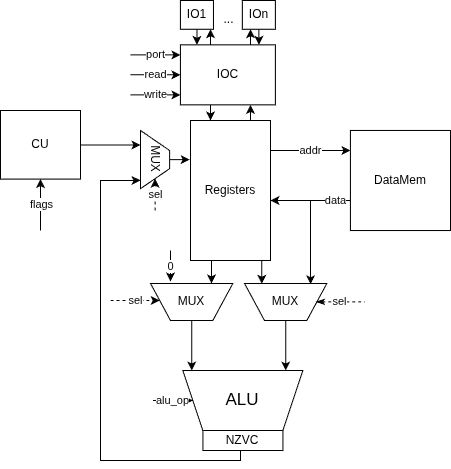
The draw.io diagram docs/schemas/DP-csa-lab4.png in awesoma31/csa-lab4, before a commit. Source tidied: cells renumbered, new cells last; positions are measured from the earlier drawing's top-left corner, leaving out a move shared by most shapes.
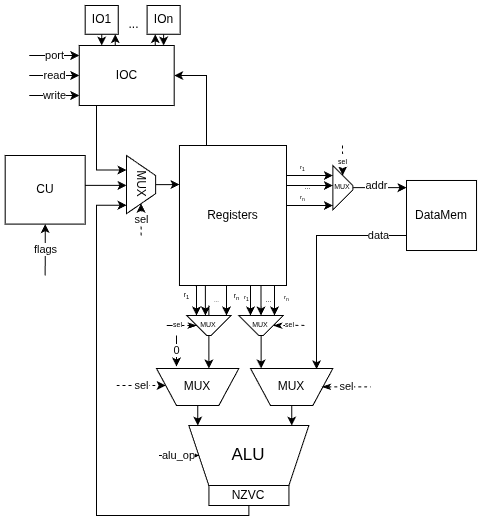
Later version of the same file.

Change to the diagram source:
```diff
@@ -2,42 +2,20 @@
   <root>
     <mxCell id="0" />
     <mxCell id="1" parent="0" />
-    <mxCell id="2" style="edgeStyle=orthogonalEdgeStyle;rounded=0;jettySize=auto;html=1;" parent="1" edge="1" source="3">
-      <mxGeometry relative="1" as="geometry">
-        <mxPoint x="270" y="200" as="targetPoint" />
-        <Array as="points">
-          <mxPoint x="370" y="200" />
-          <mxPoint x="370" y="200" />
-        </Array>
-      </mxGeometry>
-    </mxCell>
     <mxCell id="3" value="DataMem" style="whiteSpace=wrap;html=1;" parent="1" vertex="1">
-      <mxGeometry x="349.9" y="130" width="100.1" height="100.1" as="geometry" />
+      <mxGeometry x="400" y="155" width="70" height="70" as="geometry" />
     </mxCell>
-    <mxCell id="4" style="edgeStyle=orthogonalEdgeStyle;rounded=0;jettySize=auto;html=1;entryX=0.21;entryY=0.989;entryDx=0;entryDy=0;entryPerimeter=0;" parent="1" edge="1" target="17">
-      <mxGeometry relative="1" as="geometry">
-        <mxPoint x="260" y="260" as="sourcePoint" />
-      </mxGeometry>
-    </mxCell>
-    <mxCell id="5" style="edgeStyle=orthogonalEdgeStyle;rounded=0;jettySize=auto;html=1;" parent="1" edge="1" target="37">
-      <mxGeometry relative="1" as="geometry">
-        <mxPoint x="210" y="260" as="sourcePoint" />
-        <Array as="points">
-          <mxPoint x="211" y="260" />
-        </Array>
-      </mxGeometry>
-    </mxCell>
     <mxCell id="6" style="edgeStyle=orthogonalEdgeStyle;rounded=0;jettySize=auto;html=1;" parent="1" edge="1" target="41">
       <mxGeometry relative="1" as="geometry">
         <mxPoint x="250" y="120" as="sourcePoint" />
         <Array as="points">
-          <mxPoint x="250" y="100" />
-          <mxPoint x="250" y="100" />
+          <mxPoint x="200" y="120" />
+          <mxPoint x="200" y="50" />
         </Array>
       </mxGeometry>
     </mxCell>
     <mxCell id="7" style="group;" parent="1" vertex="1">
-      <mxGeometry x="102.4" y="370" width="199.9" height="80" as="geometry" />
+      <mxGeometry x="102.4" y="400" width="199.9" height="80" as="geometry" />
     </mxCell>
     <mxCell id="8" style="group;" parent="7" vertex="1">
       <mxGeometry x="79.9" width="120" height="80" as="geometry" />
@@ -59,24 +37,14 @@
     <mxCell id="13" style="edgeStyle=orthogonalEdgeStyle;rounded=0;jettySize=auto;html=1;entryX=0.855;entryY=0.999;entryDx=0;entryDy=0;entryPerimeter=0;" parent="1" edge="1" source="10" target="31">
       <mxGeometry relative="1" as="geometry">
         <Array as="points">
-          <mxPoint x="240" y="460" />
-          <mxPoint x="100" y="460" />
-          <mxPoint x="100" y="180" />
-          <mxPoint x="130" y="180" />
+          <mxPoint x="242" y="490" />
+          <mxPoint x="90" y="490" />
+          <mxPoint x="90" y="180" />
         </Array>
       </mxGeometry>
     </mxCell>
-    <mxCell id="14" value="addr" style="edgeStyle=orthogonalEdgeStyle;rounded=0;jettySize=auto;html=1;" parent="1" edge="1" target="3">
-      <mxGeometry relative="1" as="geometry">
-        <mxPoint x="270" y="150" as="sourcePoint" />
-        <Array as="points">
-          <mxPoint x="320" y="150" />
-          <mxPoint x="320" y="150" />
-        </Array>
-      </mxGeometry>
-    </mxCell>
     <mxCell id="15" style="group;" parent="1" vertex="1">
-      <mxGeometry x="244" y="250" width="82.3" height="70" as="geometry" />
+      <mxGeometry x="244" y="310" width="82.3" height="70" as="geometry" />
     </mxCell>
     <mxCell id="16" style="group;" parent="15" vertex="1">
       <mxGeometry y="32.9" width="120.4" height="37.1" as="geometry" />
@@ -97,59 +65,50 @@
     <mxCell id="19" value="data" style="edgeStyle=orthogonalEdgeStyle;rounded=0;jettySize=auto;html=1;entryX=0.802;entryY=0.978;entryDx=0;entryDy=0;entryPerimeter=0;" parent="1" edge="1" source="3" target="17">
       <mxGeometry x="-0.76" relative="1" as="geometry">
         <Array as="points">
-          <mxPoint x="310" y="200" />
+          <mxPoint x="310" y="210" />
         </Array>
       </mxGeometry>
     </mxCell>
-    <mxCell id="20" style="edgeStyle=orthogonalEdgeStyle;rounded=0;jettySize=auto;html=1;" parent="1" edge="1" source="41">
-      <mxGeometry relative="1" as="geometry">
-        <mxPoint x="210" y="120" as="targetPoint" />
-        <Array as="points">
-          <mxPoint x="210" y="80" />
-          <mxPoint x="210" y="80" />
-        </Array>
-      </mxGeometry>
-    </mxCell>
     <mxCell id="21" style="edgeStyle=orthogonalEdgeStyle;rounded=0;jettySize=auto;html=1;" parent="1" edge="1" source="41" target="24">
       <mxGeometry relative="1" as="geometry">
         <Array as="points">
-          <mxPoint x="210" y="34.4" />
-          <mxPoint x="210" y="34.4" />
+          <mxPoint x="108.8" y="14.4" />
+          <mxPoint x="108.8" y="14.4" />
         </Array>
       </mxGeometry>
     </mxCell>
     <mxCell id="22" style="edgeStyle=orthogonalEdgeStyle;rounded=0;jettySize=auto;html=1;" parent="1" edge="1" source="41" target="26">
       <mxGeometry relative="1" as="geometry">
         <Array as="points">
-          <mxPoint x="250" y="34.4" />
-          <mxPoint x="250" y="34.4" />
+          <mxPoint x="148.8" y="14.4" />
+          <mxPoint x="148.8" y="14.4" />
         </Array>
       </mxGeometry>
     </mxCell>
     <mxCell id="23" style="edgeStyle=orthogonalEdgeStyle;rounded=0;jettySize=auto;html=1;" parent="1" edge="1" source="24" target="41">
       <mxGeometry relative="1" as="geometry">
         <Array as="points">
-          <mxPoint x="196" y="21.4" />
-          <mxPoint x="196" y="21.4" />
+          <mxPoint x="94.8" y="1.4" />
+          <mxPoint x="94.8" y="1.4" />
         </Array>
       </mxGeometry>
     </mxCell>
     <mxCell id="24" value="IO1" style="rounded=0;whiteSpace=wrap;html=1;" parent="1" vertex="1">
-      <mxGeometry x="179.9" width="33" height="28.7" as="geometry" />
+      <mxGeometry x="78.7" y="-20" width="33" height="28.7" as="geometry" />
     </mxCell>
     <mxCell id="25" style="edgeStyle=orthogonalEdgeStyle;rounded=0;jettySize=auto;html=1;" parent="1" edge="1" source="26" target="41">
       <mxGeometry relative="1" as="geometry">
         <Array as="points">
-          <mxPoint x="260" y="14.4" />
-          <mxPoint x="260" y="14.4" />
+          <mxPoint x="158.8" y="-5.6" />
+          <mxPoint x="158.8" y="-5.6" />
         </Array>
       </mxGeometry>
     </mxCell>
     <mxCell id="26" value="IOn" style="rounded=0;whiteSpace=wrap;html=1;" parent="1" vertex="1">
-      <mxGeometry x="241.8" width="33" height="28.7" as="geometry" />
+      <mxGeometry x="140.6" y="-20" width="33" height="28.7" as="geometry" />
     </mxCell>
     <mxCell id="27" style="group;" parent="1" vertex="1">
-      <mxGeometry y="110" width="80" height="120" as="geometry" />
+      <mxGeometry x="-1.3" y="130" width="80" height="120" as="geometry" />
     </mxCell>
     <mxCell id="28" value="flags" style="edgeStyle=orthogonalEdgeStyle;rounded=0;jettySize=auto;html=1;endArrow=none;startFill=1;startArrow=classic;" parent="27" edge="1" source="29">
       <mxGeometry relative="1" as="geometry">
@@ -160,7 +119,7 @@
       <mxGeometry width="80" height="68.6" as="geometry" />
     </mxCell>
     <mxCell id="30" style="group;" parent="1" vertex="1">
-      <mxGeometry x="140" y="130" width="29.1" height="80" as="geometry" />
+      <mxGeometry x="120" y="130" width="29.1" height="80" as="geometry" />
     </mxCell>
     <mxCell id="31" value="MUX" style="shape=trapezoid;perimeter=trapezoidPerimeter;whiteSpace=wrap;html=1;fixedSize=1;rotation=90;horizontal=1;verticalAlign=middle;" parent="30" vertex="1">
       <mxGeometry x="-14.5" y="14.5" width="58.2" height="29.1" as="geometry" />
@@ -174,21 +133,18 @@
         </Array>
       </mxGeometry>
     </mxCell>
-    <mxCell id="33" style="edgeStyle=orthogonalEdgeStyle;rounded=0;jettySize=auto;html=1;entryX=0.25;entryY=1;entryDx=0;entryDy=0;" parent="1" edge="1" source="29" target="31">
+    <mxCell id="33" style="edgeStyle=orthogonalEdgeStyle;rounded=0;jettySize=auto;html=1;" parent="1" edge="1" source="29" target="31">
       <mxGeometry relative="1" as="geometry">
         <Array as="points">
-          <mxPoint x="110" y="144" />
+          <mxPoint x="110" y="160" />
         </Array>
       </mxGeometry>
     </mxCell>
     <mxCell id="34" value="Registers" style="rounded=0;whiteSpace=wrap;html=1;" parent="1" vertex="1">
-      <mxGeometry x="190" y="120" width="80" height="140" as="geometry" />
+      <mxGeometry x="173" y="120" width="107" height="140" as="geometry" />
     </mxCell>
-    <mxCell id="35" style="edgeStyle=orthogonalEdgeStyle;rounded=0;jettySize=auto;html=1;entryX=0;entryY=0.279;entryDx=0;entryDy=0;entryPerimeter=0;" parent="1" edge="1" source="31" target="34">
-      <mxGeometry relative="1" as="geometry" />
-    </mxCell>
     <mxCell id="36" style="group;" parent="1" vertex="1">
-      <mxGeometry x="110" y="250" width="122.4" height="70" as="geometry" />
+      <mxGeometry x="110" y="310" width="122.4" height="70" as="geometry" />
     </mxCell>
     <mxCell id="37" value="MUX" style="shape=trapezoid;perimeter=trapezoidPerimeter;whiteSpace=wrap;html=1;fixedSize=1;flipH=0;flipV=1;direction=east;" parent="36" vertex="1">
       <mxGeometry x="40" y="32.9" width="82.3" height="37.1" as="geometry" />
@@ -208,7 +164,7 @@
       </mxGeometry>
     </mxCell>
     <mxCell id="40" style="group;" parent="1" vertex="1">
-      <mxGeometry x="129.9" y="44.4" width="145" height="60" as="geometry" />
+      <mxGeometry x="22.7" y="20" width="145" height="60" as="geometry" />
     </mxCell>
     <mxCell id="41" value="IOC" style="rounded=0;whiteSpace=wrap;html=1;" parent="40" vertex="1">
       <mxGeometry x="50" width="95" height="60" as="geometry" />
@@ -232,7 +188,7 @@
       </mxGeometry>
     </mxCell>
     <mxCell id="45" value="..." style="text;html=1;align=center;verticalAlign=middle;strokeColor=none;fillColor=none;" parent="1" vertex="1">
-      <mxGeometry x="213" y="4.4" width="30" height="30" as="geometry" />
+      <mxGeometry x="111.7" y="-15.6" width="30" height="30" as="geometry" />
     </mxCell>
     <mxCell id="46" style="edgeStyle=orthogonalEdgeStyle;rounded=0;jettySize=auto;html=1;entryX=0.926;entryY=1;entryDx=0;entryDy=0;entryPerimeter=0;" parent="1" edge="1" source="37" target="9">
       <mxGeometry relative="1" as="geometry" />
@@ -240,5 +196,163 @@
     <mxCell id="47" style="edgeStyle=orthogonalEdgeStyle;rounded=0;jettySize=auto;html=1;entryX=0.143;entryY=1;entryDx=0;entryDy=0;entryPerimeter=0;" parent="1" edge="1" source="17" target="9">
       <mxGeometry relative="1" as="geometry" />
     </mxCell>
+    <mxCell id="48" style="edgeStyle=orthogonalEdgeStyle;rounded=0;jettySize=auto;html=1;" parent="1" edge="1" target="37">
+      <mxGeometry relative="1" as="geometry">
+        <mxPoint x="202.4" y="280" as="sourcePoint" />
+        <Array as="points">
+          <mxPoint x="202" y="361" />
+          <mxPoint x="202" y="361" />
+        </Array>
+      </mxGeometry>
+    </mxCell>
+    <mxCell id="49" value="MUX" style="shape=trapezoid;perimeter=trapezoidPerimeter;whiteSpace=wrap;html=1;fixedSize=1;flipH=0;flipV=1;direction=east;fontSize=7;" parent="1" vertex="1">
+      <mxGeometry x="180.2" y="290" width="44.4" height="20" as="geometry" />
+    </mxCell>
+    <mxCell id="50" style="edgeStyle=orthogonalEdgeStyle;rounded=0;jettySize=auto;html=1;" parent="1" edge="1" target="17">
+      <mxGeometry relative="1" as="geometry">
+        <mxPoint x="254.6" y="280" as="sourcePoint" />
+        <Array as="points">
+          <mxPoint x="255" y="361" />
+          <mxPoint x="255" y="361" />
+        </Array>
+      </mxGeometry>
+    </mxCell>
+    <mxCell id="51" value="MUX" style="shape=trapezoid;perimeter=trapezoidPerimeter;whiteSpace=wrap;html=1;fixedSize=1;flipH=0;flipV=1;direction=east;fontSize=7;" parent="1" vertex="1">
+      <mxGeometry x="232.4" y="290" width="44.4" height="20" as="geometry" />
+    </mxCell>
+    <mxCell id="52" value="&lt;font style=&quot;font-size: 7px;&quot;&gt;r&lt;sub&gt;1&lt;/sub&gt;&lt;/font&gt;" style="edgeStyle=orthogonalEdgeStyle;rounded=0;jettySize=auto;html=1;exitX=0.149;exitY=1.001;exitDx=0;exitDy=0;exitPerimeter=0;" parent="1" edge="1" source="34">
+      <mxGeometry x="-0.33" y="-10" relative="1" as="geometry">
+        <mxPoint x="190" y="290" as="targetPoint" />
+        <Array as="points">
+          <mxPoint x="190" y="260" />
+        </Array>
+      </mxGeometry>
+    </mxCell>
+    <mxCell id="53" style="edgeStyle=orthogonalEdgeStyle;rounded=0;orthogonalLoop=1;jettySize=auto;html=1;exitX=0.149;exitY=1.001;exitDx=0;exitDy=0;exitPerimeter=0;" parent="1" edge="1">
+      <mxGeometry x="-0.33" y="1" relative="1" as="geometry">
+        <mxPoint x="198.9" y="260" as="sourcePoint" />
+        <mxPoint x="198.9" y="290" as="targetPoint" />
+        <Array as="points">
+          <mxPoint x="198.9" y="260" />
+        </Array>
+      </mxGeometry>
+    </mxCell>
+    <mxCell id="54" value="&lt;font style=&quot;font-size: 7px;&quot;&gt;r&lt;sub style=&quot;&quot;&gt;n&lt;/sub&gt;&lt;/font&gt;" style="edgeStyle=orthogonalEdgeStyle;rounded=0;orthogonalLoop=1;jettySize=auto;html=1;exitX=0.149;exitY=1.001;exitDx=0;exitDy=0;exitPerimeter=0;" parent="1" edge="1">
+      <mxGeometry x="-0.33" y="10" relative="1" as="geometry">
+        <mxPoint x="220" y="260" as="sourcePoint" />
+        <mxPoint x="220" y="290" as="targetPoint" />
+        <Array as="points">
+          <mxPoint x="220" y="260" />
+        </Array>
+      </mxGeometry>
+    </mxCell>
+    <mxCell id="55" value="&lt;font style=&quot;font-size: 6px;&quot;&gt;r&lt;sub style=&quot;&quot;&gt;1&lt;/sub&gt;&lt;/font&gt;" style="edgeStyle=orthogonalEdgeStyle;rounded=0;orthogonalLoop=1;jettySize=auto;html=1;exitX=0.149;exitY=1.001;exitDx=0;exitDy=0;exitPerimeter=0;" parent="1" edge="1">
+      <mxGeometry x="-0.33" y="-4" relative="1" as="geometry">
+        <mxPoint x="244" y="260" as="sourcePoint" />
+        <mxPoint x="244" y="290" as="targetPoint" />
+        <Array as="points">
+          <mxPoint x="244" y="260" />
+        </Array>
+      </mxGeometry>
+    </mxCell>
+    <mxCell id="56" style="edgeStyle=orthogonalEdgeStyle;rounded=0;orthogonalLoop=1;jettySize=auto;html=1;exitX=0.149;exitY=1.001;exitDx=0;exitDy=0;exitPerimeter=0;" parent="1" edge="1">
+      <mxGeometry relative="1" as="geometry">
+        <mxPoint x="254.5" y="260" as="sourcePoint" />
+        <mxPoint x="254.5" y="290" as="targetPoint" />
+        <Array as="points">
+          <mxPoint x="254.5" y="260" />
+        </Array>
+      </mxGeometry>
+    </mxCell>
+    <mxCell id="57" value="&lt;font style=&quot;font-size: 6px;&quot;&gt;r&lt;sub style=&quot;&quot;&gt;n&lt;/sub&gt;&lt;/font&gt;" style="edgeStyle=orthogonalEdgeStyle;rounded=0;orthogonalLoop=1;jettySize=auto;html=1;exitX=0.149;exitY=1.001;exitDx=0;exitDy=0;exitPerimeter=0;" parent="1" edge="1">
+      <mxGeometry x="-0.33" y="12" relative="1" as="geometry">
+        <mxPoint x="268" y="260" as="sourcePoint" />
+        <mxPoint x="268" y="290" as="targetPoint" />
+        <Array as="points">
+          <mxPoint x="268" y="260" />
+        </Array>
+      </mxGeometry>
+    </mxCell>
+    <mxCell id="58" value="..." style="text;html=1;align=center;verticalAlign=middle;strokeColor=none;fillColor=none;fontSize=6;" parent="1" vertex="1">
+      <mxGeometry x="194.6" y="265" width="30" height="20" as="geometry" />
+    </mxCell>
+    <mxCell id="59" value="..." style="text;html=1;align=center;verticalAlign=middle;strokeColor=none;fillColor=none;fontSize=7;" parent="1" vertex="1">
+      <mxGeometry x="246.8" y="265" width="30" height="20" as="geometry" />
+    </mxCell>
+    <mxCell id="60" style="edgeStyle=orthogonalEdgeStyle;rounded=0;jettySize=auto;html=1;entryX=0.25;entryY=1;entryDx=0;entryDy=0;" parent="1" edge="1" source="41" target="31">
+      <mxGeometry relative="1" as="geometry">
+        <Array as="points">
+          <mxPoint x="90" y="145" />
+        </Array>
+      </mxGeometry>
+    </mxCell>
+    <mxCell id="14" value="addr" style="edgeStyle=orthogonalEdgeStyle;rounded=0;jettySize=auto;html=1;" parent="1" edge="1" source="61" target="3">
+      <mxGeometry x="-0.12" y="2" relative="1" as="geometry">
+        <Array as="points">
+          <mxPoint x="460" y="162" />
+          <mxPoint x="460" y="162" />
+        </Array>
+      </mxGeometry>
+    </mxCell>
+    <mxCell id="61" value="MUX" style="shape=trapezoid;perimeter=trapezoidPerimeter;whiteSpace=wrap;html=1;fixedSize=1;flipH=0;flipV=1;direction=south;fontSize=7;" parent="1" vertex="1">
+      <mxGeometry x="326.4" y="139.9" width="20" height="44.4" as="geometry" />
+    </mxCell>
+    <mxCell id="62" value="&lt;font style=&quot;font-size: 6px;&quot;&gt;r&lt;sub style=&quot;&quot;&gt;1&lt;/sub&gt;&lt;/font&gt;" style="edgeStyle=orthogonalEdgeStyle;rounded=0;jettySize=auto;html=1;" parent="1" edge="1" source="34" target="61">
+      <mxGeometry x="-0.31" y="10" relative="1" as="geometry">
+        <Array as="points">
+          <mxPoint x="310" y="150" />
+          <mxPoint x="310" y="150" />
+        </Array>
+      </mxGeometry>
+    </mxCell>
+    <mxCell id="63" style="edgeStyle=orthogonalEdgeStyle;rounded=0;jettySize=auto;html=1;" parent="1" edge="1" source="34" target="61">
+      <mxGeometry relative="1" as="geometry">
+        <Array as="points">
+          <mxPoint x="310" y="160" />
+          <mxPoint x="310" y="160" />
+        </Array>
+      </mxGeometry>
+    </mxCell>
+    <mxCell id="64" value="&lt;font style=&quot;font-size: 6px;&quot;&gt;r&lt;sub style=&quot;&quot;&gt;n&lt;/sub&gt;&lt;/font&gt;" style="edgeStyle=orthogonalEdgeStyle;rounded=0;jettySize=auto;html=1;" parent="1" edge="1" source="34" target="61">
+      <mxGeometry x="-0.31" y="10" relative="1" as="geometry">
+        <Array as="points">
+          <mxPoint x="300" y="180" />
+          <mxPoint x="300" y="180" />
+        </Array>
+      </mxGeometry>
+    </mxCell>
+    <mxCell id="65" value="..." style="text;html=1;align=center;verticalAlign=middle;strokeColor=none;fillColor=none;fontSize=7;" parent="1" vertex="1">
+      <mxGeometry x="286.2" y="152.2" width="30" height="20" as="geometry" />
+    </mxCell>
+    <mxCell id="66" value="sel" style="endArrow=none;html=1;rounded=0;edgeStyle=orthogonalEdgeStyle;dashed=1;startArrow=classicThin;startFill=1;fontSize=7;exitX=1;exitY=0.5;exitDx=0;exitDy=0;" parent="1" edge="1" source="51">
+      <mxGeometry relative="1" as="geometry">
+        <mxPoint x="300" y="299.8" as="targetPoint" />
+        <Array as="points">
+          <mxPoint x="269" y="300" />
+        </Array>
+      </mxGeometry>
+    </mxCell>
+    <mxCell id="67" value="sel" style="endArrow=none;html=1;rounded=0;edgeStyle=orthogonalEdgeStyle;dashed=1;startArrow=classicThin;startFill=1;fontSize=7;" parent="1" edge="1" source="49">
+      <mxGeometry x="-0.05" relative="1" as="geometry">
+        <mxPoint x="170" y="300" as="targetPoint" />
+        <Array as="points">
+          <mxPoint x="160" y="300" />
+          <mxPoint x="160" y="300" />
+        </Array>
+      </mxGeometry>
+    </mxCell>
+    <mxCell id="68" value="&lt;font style=&quot;font-size: 7px;&quot;&gt;sel&lt;/font&gt;" style="endArrow=classic;html=1;rounded=0;dashed=1;" parent="1" edge="1" target="61">
+      <mxGeometry relative="1" as="geometry">
+        <mxPoint x="336" y="120" as="sourcePoint" />
+      </mxGeometry>
+    </mxCell>
+    <mxCell id="35" style="edgeStyle=orthogonalEdgeStyle;rounded=0;jettySize=auto;html=1;" parent="1" edge="1" source="31" target="34">
+      <mxGeometry relative="1" as="geometry">
+        <Array as="points">
+          <mxPoint x="170" y="160" />
+          <mxPoint x="170" y="160" />
+        </Array>
+      </mxGeometry>
+    </mxCell>
   </root>
 </mxGraphModel>
```
